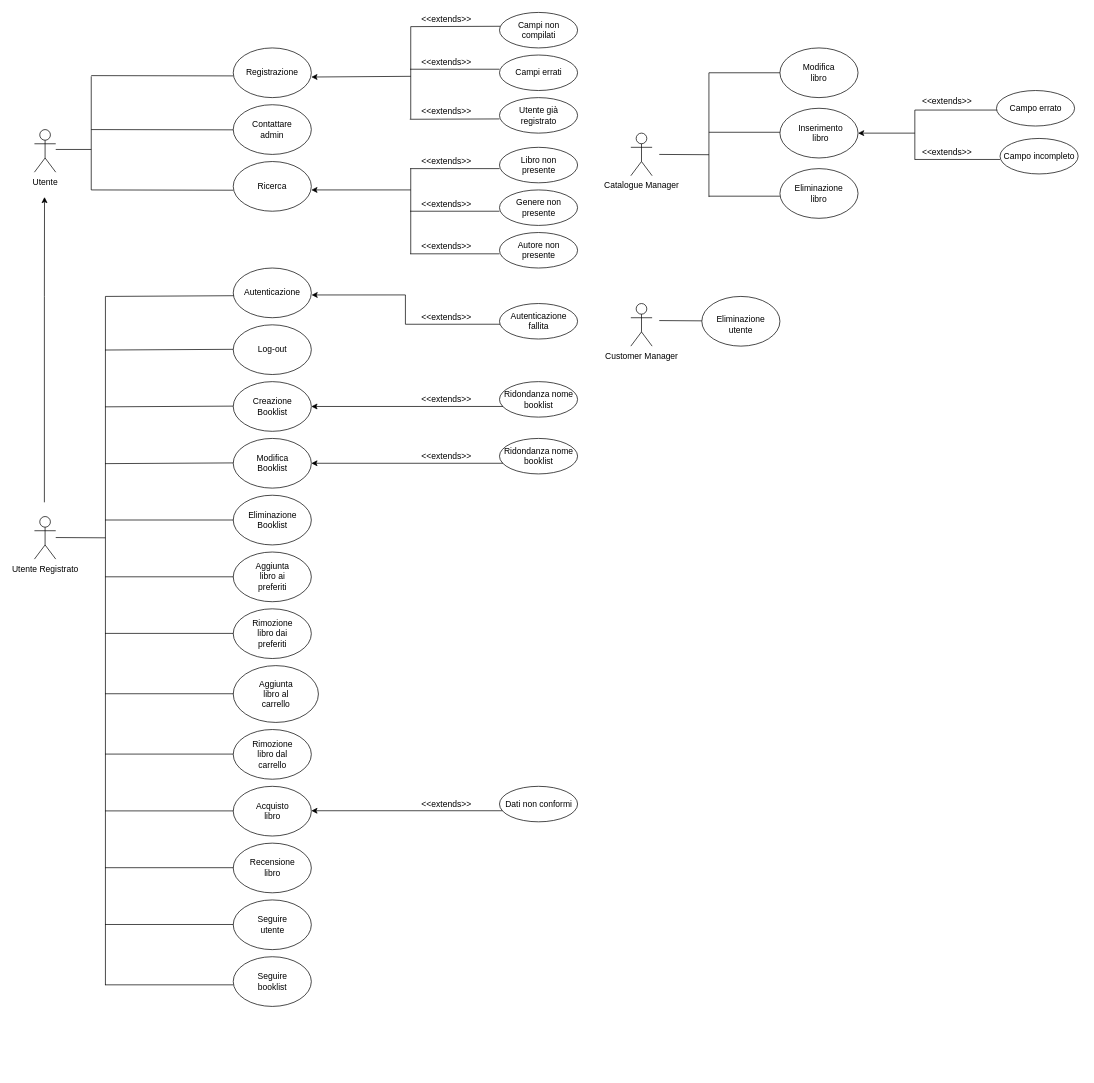
The draw.io diagram Documenti/RAD/modello_funzionale/use_case_diagram.drawio in AleBarbados/NewSocialBookRepo, before the edit. Source tidied: cells renumbered, new cells numbered last; positions are measured from the earlier drawing's top-left corner, leaving out a move shared by most shapes. Both pictures are drawn from the tidied source at 71%, with x=0, y=0 at pixel (34, 12).
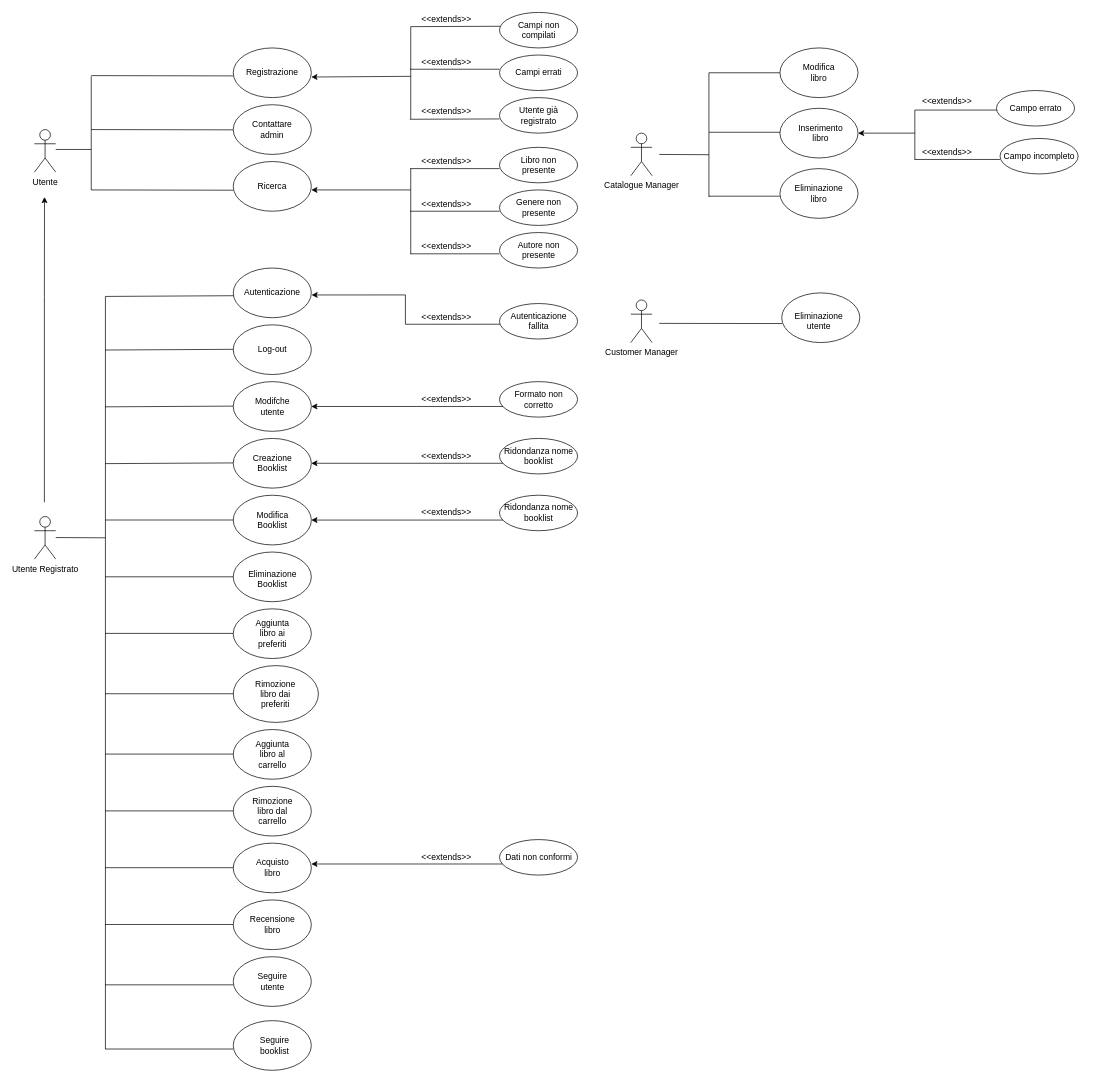
The same page after the edit.

Unchanged cells that the change refers to:
```xml
<mxCell id="9" style="group;" parent="1" vertex="1">
  <mxGeometry x="525" y="510" width="290" height="70" as="geometry" />
</mxCell>
<mxCell id="53" style="ellipse;whiteSpace=wrap;html=1;" parent="1" vertex="1">
  <mxGeometry x="280" y="520" width="110" height="70" as="geometry" />
</mxCell>
<mxCell id="72" style="group;" parent="1" vertex="1">
  <mxGeometry x="525" y="1080" width="290" height="70" as="geometry" />
</mxCell>
```

Diff of the diagram source:
```diff
@@
-    <mxCell id="11" value="Ridondanza nome &lt;br&gt;booklist" style="text;html=1;align=center;verticalAlign=middle;points=[];" parent="9" vertex="1">
-      <mxGeometry x="130" y="20" width="110" height="30" as="geometry" />
+    <mxCell id="11" value="Formato non &lt;br&gt;corretto" style="text;html=1;align=center;verticalAlign=middle;points=[];" parent="9" vertex="1">
+      <mxGeometry x="145" y="20" width="80" height="30" as="geometry" />
     </mxCell>
@@
-    <mxCell id="54" value="Creazione Booklist" style="text;html=1;strokeColor=none;fillColor=none;align=center;verticalAlign=middle;whiteSpace=wrap;rounded=0;" parent="1" vertex="1">
+    <mxCell id="54" value="Modifche utente" style="text;html=1;strokeColor=none;fillColor=none;align=center;verticalAlign=middle;whiteSpace=wrap;rounded=0;" parent="1" vertex="1">
       <mxGeometry x="302.5" y="545" width="65" height="20" as="geometry" />
     </mxCell>
@@
-    <mxCell id="56" value="Modifica Booklist" style="text;html=1;strokeColor=none;fillColor=none;align=center;verticalAlign=middle;whiteSpace=wrap;rounded=0;" parent="1" vertex="1">
+    <mxCell id="56" value="Creazione Booklist" style="text;html=1;strokeColor=none;fillColor=none;align=center;verticalAlign=middle;whiteSpace=wrap;rounded=0;" parent="1" vertex="1">
       <mxGeometry x="302.5" y="625" width="65" height="20" as="geometry" />
     </mxCell>
@@
-    <mxCell id="58" value="Eliminazione Booklist" style="text;html=1;strokeColor=none;fillColor=none;align=center;verticalAlign=middle;whiteSpace=wrap;rounded=0;" parent="1" vertex="1">
+    <mxCell id="58" value="Modifica Booklist" style="text;html=1;strokeColor=none;fillColor=none;align=center;verticalAlign=middle;whiteSpace=wrap;rounded=0;" parent="1" vertex="1">
       <mxGeometry x="302.5" y="705" width="65" height="20" as="geometry" />
     </mxCell>
@@
-    <mxCell id="63" style="endArrow=classic;html=1;entryX=1;entryY=0.5;entryDx=0;entryDy=0;exitX=0.045;exitY=0.833;exitDx=0;exitDy=0;exitPerimeter=0;" parent="1" edge="1" source="11" target="53">
-      <mxGeometry relative="1" as="geometry" />
+    <mxCell id="63" style="endArrow=classic;html=1;entryX=1;entryY=0.5;entryDx=0;entryDy=0;" parent="1" edge="1" target="53">
+      <mxGeometry relative="1" as="geometry">
+        <mxPoint x="660" y="555" as="sourcePoint" />
+      </mxGeometry>
     </mxCell>
-    <mxCell id="64" value="Aggiunta libro ai preferiti" style="text;html=1;strokeColor=none;fillColor=none;align=center;verticalAlign=middle;whiteSpace=wrap;rounded=0;" parent="1" vertex="1">
-      <mxGeometry x="302.5" y="785" width="65" height="20" as="geometry" />
+    <mxCell id="64" value="Eliminazione Booklist" style="text;html=1;strokeColor=none;fillColor=none;align=center;verticalAlign=middle;whiteSpace=wrap;rounded=0;" parent="1" vertex="1">
+      <mxGeometry x="302.5" y="790" width="65" height="15" as="geometry" />
     </mxCell>
-    <mxCell id="65" value="Rimozione libro dai preferiti" style="text;html=1;strokeColor=none;fillColor=none;align=center;verticalAlign=middle;whiteSpace=wrap;rounded=0;" parent="1" vertex="1">
+    <mxCell id="65" value="Aggiunta libro ai preferiti" style="text;html=1;strokeColor=none;fillColor=none;align=center;verticalAlign=middle;whiteSpace=wrap;rounded=0;" parent="1" vertex="1">
       <mxGeometry x="302.5" y="865" width="65" height="20" as="geometry" />
     </mxCell>
-    <mxCell id="66" value="Aggiunta libro al carrello" style="text;html=1;strokeColor=none;fillColor=none;align=center;verticalAlign=middle;whiteSpace=wrap;rounded=0;" parent="1" vertex="1">
-      <mxGeometry x="307.5" y="950" width="65" height="20" as="geometry" />
+    <mxCell id="66" value="Rimozione libro dai preferiti" style="text;html=1;strokeColor=none;fillColor=none;align=center;verticalAlign=middle;whiteSpace=wrap;rounded=0;" parent="1" vertex="1">
+      <mxGeometry x="307.5" y="950" width="62.5" height="20" as="geometry" />
     </mxCell>
-    <mxCell id="67" value="Rimozione libro dal carrello" style="text;html=1;strokeColor=none;fillColor=none;align=center;verticalAlign=middle;whiteSpace=wrap;rounded=0;" parent="1" vertex="1">
+    <mxCell id="67" value="Aggiunta libro al carrello" style="text;html=1;strokeColor=none;fillColor=none;align=center;verticalAlign=middle;whiteSpace=wrap;rounded=0;" parent="1" vertex="1">
       <mxGeometry x="302.5" y="1035" width="65" height="20" as="geometry" />
     </mxCell>
@@
-    <mxCell id="69" value="Acquisto libro" style="text;html=1;strokeColor=none;fillColor=none;align=center;verticalAlign=middle;whiteSpace=wrap;rounded=0;" parent="1" vertex="1">
+    <mxCell id="69" value="Rimozione libro dal carrello" style="text;html=1;strokeColor=none;fillColor=none;align=center;verticalAlign=middle;whiteSpace=wrap;rounded=0;" parent="1" vertex="1">
       <mxGeometry x="302.5" y="1115" width="65" height="20" as="geometry" />
     </mxCell>
@@
     <mxCell id="71" style="endArrow=classic;html=1;entryX=1;entryY=0.5;entryDx=0;entryDy=0;exitX=0.045;exitY=0.833;exitDx=0;exitDy=0;exitPerimeter=0;" parent="1" edge="1">
       <mxGeometry relative="1" as="geometry">
-        <mxPoint x="659.9" y="1124.4" as="sourcePoint" />
-        <mxPoint x="390" y="1124.4" as="targetPoint" />
+        <mxPoint x="659.9" y="1199.4" as="sourcePoint" />
+        <mxPoint x="390" y="1199.4" as="targetPoint" />
       </mxGeometry>
     </mxCell>
@@
     <mxCell id="73" style="ellipse;whiteSpace=wrap;html=1;verticalAlign=top;" parent="72" vertex="1">
-      <mxGeometry x="130" y="10" width="110" height="50" as="geometry" />
+      <mxGeometry x="130" y="85" width="110" height="50" as="geometry" />
     </mxCell>
     <mxCell id="74" value="Dati non conformi" style="text;html=1;align=center;verticalAlign=middle;" parent="72" vertex="1">
-      <mxGeometry x="130" y="25" width="110" height="20" as="geometry" />
+      <mxGeometry x="130" y="100" width="110" height="20" as="geometry" />
     </mxCell>
     <mxCell id="75" value="&amp;lt;&amp;lt;extends&amp;gt;&amp;gt;" style="text;html=1;align=center;verticalAlign=middle;" parent="72" vertex="1">
-      <mxGeometry x="10" y="25" width="90" height="20" as="geometry" />
+      <mxGeometry x="10" y="100" width="90" height="20" as="geometry" />
     </mxCell>
@@
-    <mxCell id="78" value="Recensione libro" style="text;html=1;strokeColor=none;fillColor=none;align=center;verticalAlign=middle;whiteSpace=wrap;rounded=0;" parent="1" vertex="1">
+    <mxCell id="78" value="Acquisto libro" style="text;html=1;strokeColor=none;fillColor=none;align=center;verticalAlign=middle;whiteSpace=wrap;rounded=0;" parent="1" vertex="1">
       <mxGeometry x="302.5" y="1195" width="65" height="20" as="geometry" />
     </mxCell>
-    <mxCell id="79" value="Seguire utente" style="text;html=1;strokeColor=none;fillColor=none;align=center;verticalAlign=middle;whiteSpace=wrap;rounded=0;" parent="1" vertex="1">
+    <mxCell id="79" value="Recensione libro" style="text;html=1;strokeColor=none;fillColor=none;align=center;verticalAlign=middle;whiteSpace=wrap;rounded=0;" parent="1" vertex="1">
       <mxGeometry x="302.5" y="1275" width="65" height="20" as="geometry" />
     </mxCell>
     <mxCell id="80" style="endArrow=none;html=1;" parent="1" edge="1">
       <mxGeometry relative="1" as="geometry">
-        <mxPoint x="100" y="1370" as="sourcePoint" />
+        <mxPoint x="100" y="1460" as="sourcePoint" />
         <mxPoint x="100" y="400" as="targetPoint" />
       </mxGeometry>
     </mxCell>
@@
-    <mxCell id="93" value="Seguire booklist" style="text;html=1;strokeColor=none;fillColor=none;align=center;verticalAlign=middle;whiteSpace=wrap;rounded=0;" parent="1" vertex="1">
+    <mxCell id="93" value="Seguire utente" style="text;html=1;strokeColor=none;fillColor=none;align=center;verticalAlign=middle;whiteSpace=wrap;rounded=0;" parent="1" vertex="1">
       <mxGeometry x="302.5" y="1355" width="65" height="20" as="geometry" />
     </mxCell>
@@
     <mxCell id="100" style="ellipse;whiteSpace=wrap;html=1;" parent="1" vertex="1">
-      <mxGeometry x="940" y="400" width="110" height="70" as="geometry" />
+      <mxGeometry x="1052.5" y="395" width="110" height="70" as="geometry" />
     </mxCell>
@@
     <mxCell id="104" value="Eliminazione utente" style="text;html=1;strokeColor=none;fillColor=none;align=center;verticalAlign=middle;whiteSpace=wrap;rounded=0;" parent="1" vertex="1">
-      <mxGeometry x="975" y="430" width="40" height="20" as="geometry" />
+      <mxGeometry x="1085" y="425" width="40" height="20" as="geometry" />
     </mxCell>
@@
-    <mxCell id="109" style="endArrow=none;html=1;" parent="1" edge="1">
+    <mxCell id="109" style="endArrow=none;html=1;entryX=0.006;entryY=0.617;entryDx=0;entryDy=0;entryPerimeter=0;" parent="1" edge="1" target="100">
       <mxGeometry relative="1" as="geometry">
-        <mxPoint x="880" y="434" as="sourcePoint" />
-        <mxPoint x="940" y="434.4" as="targetPoint" />
+        <mxPoint x="880" y="438" as="sourcePoint" />
       </mxGeometry>
     </mxCell>
@@
     <mxCell id="123" value="Customer Manager" style="shape=umlActor;verticalLabelPosition=bottom;verticalAlign=top;html=1;" parent="1" vertex="1">
-      <mxGeometry x="840" y="410" width="30" height="60" as="geometry" />
+      <mxGeometry x="840" y="405" width="30" height="60" as="geometry" />
     </mxCell>
@@
-    <mxCell id="125" style="group;" parent="1" vertex="1">
-      <mxGeometry x="525" y="590" width="290" height="70" as="geometry" />
-    </mxCell>
-    <mxCell id="126" style="ellipse;whiteSpace=wrap;html=1;verticalAlign=top;" parent="125" vertex="1">
-      <mxGeometry x="130" y="10" width="110" height="50" as="geometry" />
+    <mxCell id="126" style="ellipse;whiteSpace=wrap;html=1;verticalAlign=top;" parent="1" vertex="1">
+      <mxGeometry x="655" y="680" width="110" height="50" as="geometry" />
     </mxCell>
-    <mxCell id="127" value="Ridondanza nome &lt;br&gt;booklist" style="text;html=1;align=center;verticalAlign=middle;points=[];" parent="125" vertex="1">
-      <mxGeometry x="130" y="20" width="110" height="30" as="geometry" />
+    <mxCell id="127" value="Ridondanza nome &lt;br&gt;booklist" style="text;html=1;align=center;verticalAlign=middle;points=[];" parent="1" vertex="1">
+      <mxGeometry x="655" y="690" width="110" height="30" as="geometry" />
     </mxCell>
-    <mxCell id="128" value="&amp;lt;&amp;lt;extends&amp;gt;&amp;gt;" style="text;html=1;align=center;verticalAlign=middle;" parent="125" vertex="1">
-      <mxGeometry x="10" y="25" width="90" height="20" as="geometry" />
+    <mxCell id="128" value="&amp;lt;&amp;lt;extends&amp;gt;&amp;gt;" style="text;html=1;align=center;verticalAlign=middle;" parent="1" vertex="1">
+      <mxGeometry x="535" y="695" width="90" height="20" as="geometry" />
     </mxCell>
     <mxCell id="129" style="endArrow=classic;html=1;entryX=1;entryY=0.5;entryDx=0;entryDy=0;exitX=0.045;exitY=0.833;exitDx=0;exitDy=0;exitPerimeter=0;" parent="1" edge="1" source="127">
       <mxGeometry relative="1" as="geometry">
-        <mxPoint x="390" y="635" as="targetPoint" />
+        <mxPoint x="390" y="715" as="targetPoint" />
       </mxGeometry>
     </mxCell>
+    <mxCell id="130" style="ellipse;whiteSpace=wrap;html=1;verticalAlign=top;" parent="1" vertex="1">
+      <mxGeometry x="655" y="600" width="110" height="50" as="geometry" />
+    </mxCell>
+    <mxCell id="131" value="Ridondanza nome &lt;br&gt;booklist" style="text;html=1;align=center;verticalAlign=middle;points=[];" parent="1" vertex="1">
+      <mxGeometry x="655" y="610" width="110" height="30" as="geometry" />
+    </mxCell>
+    <mxCell id="132" value="&amp;lt;&amp;lt;extends&amp;gt;&amp;gt;" style="text;html=1;align=center;verticalAlign=middle;" parent="1" vertex="1">
+      <mxGeometry x="535" y="615" width="90" height="20" as="geometry" />
+    </mxCell>
+    <mxCell id="133" style="endArrow=classic;html=1;entryX=1;entryY=0.5;entryDx=0;entryDy=0;exitX=0.045;exitY=0.833;exitDx=0;exitDy=0;exitPerimeter=0;" parent="1" edge="1" source="131">
+      <mxGeometry relative="1" as="geometry">
+        <mxPoint x="390" y="635" as="targetPoint" />
+      </mxGeometry>
+    </mxCell>
+    <mxCell id="134" style="endArrow=none;html=1;entryX=0.001;entryY=0.567;entryDx=0;entryDy=0;entryPerimeter=0;" parent="1" edge="1">
+      <mxGeometry relative="1" as="geometry">
+        <mxPoint x="99.5" y="1460" as="sourcePoint" />
+        <mxPoint x="280" y="1460" as="targetPoint" />
+      </mxGeometry>
+    </mxCell>
+    <mxCell id="135" style="ellipse;whiteSpace=wrap;html=1;" parent="1" vertex="1">
+      <mxGeometry x="280" y="1420" width="110" height="70" as="geometry" />
+    </mxCell>
+    <mxCell id="136" value="Seguire booklist" style="text;html=1;strokeColor=none;fillColor=none;align=center;verticalAlign=middle;whiteSpace=wrap;rounded=0;" parent="1" vertex="1">
+      <mxGeometry x="306.2" y="1445" width="65" height="20" as="geometry" />
+    </mxCell>
```
